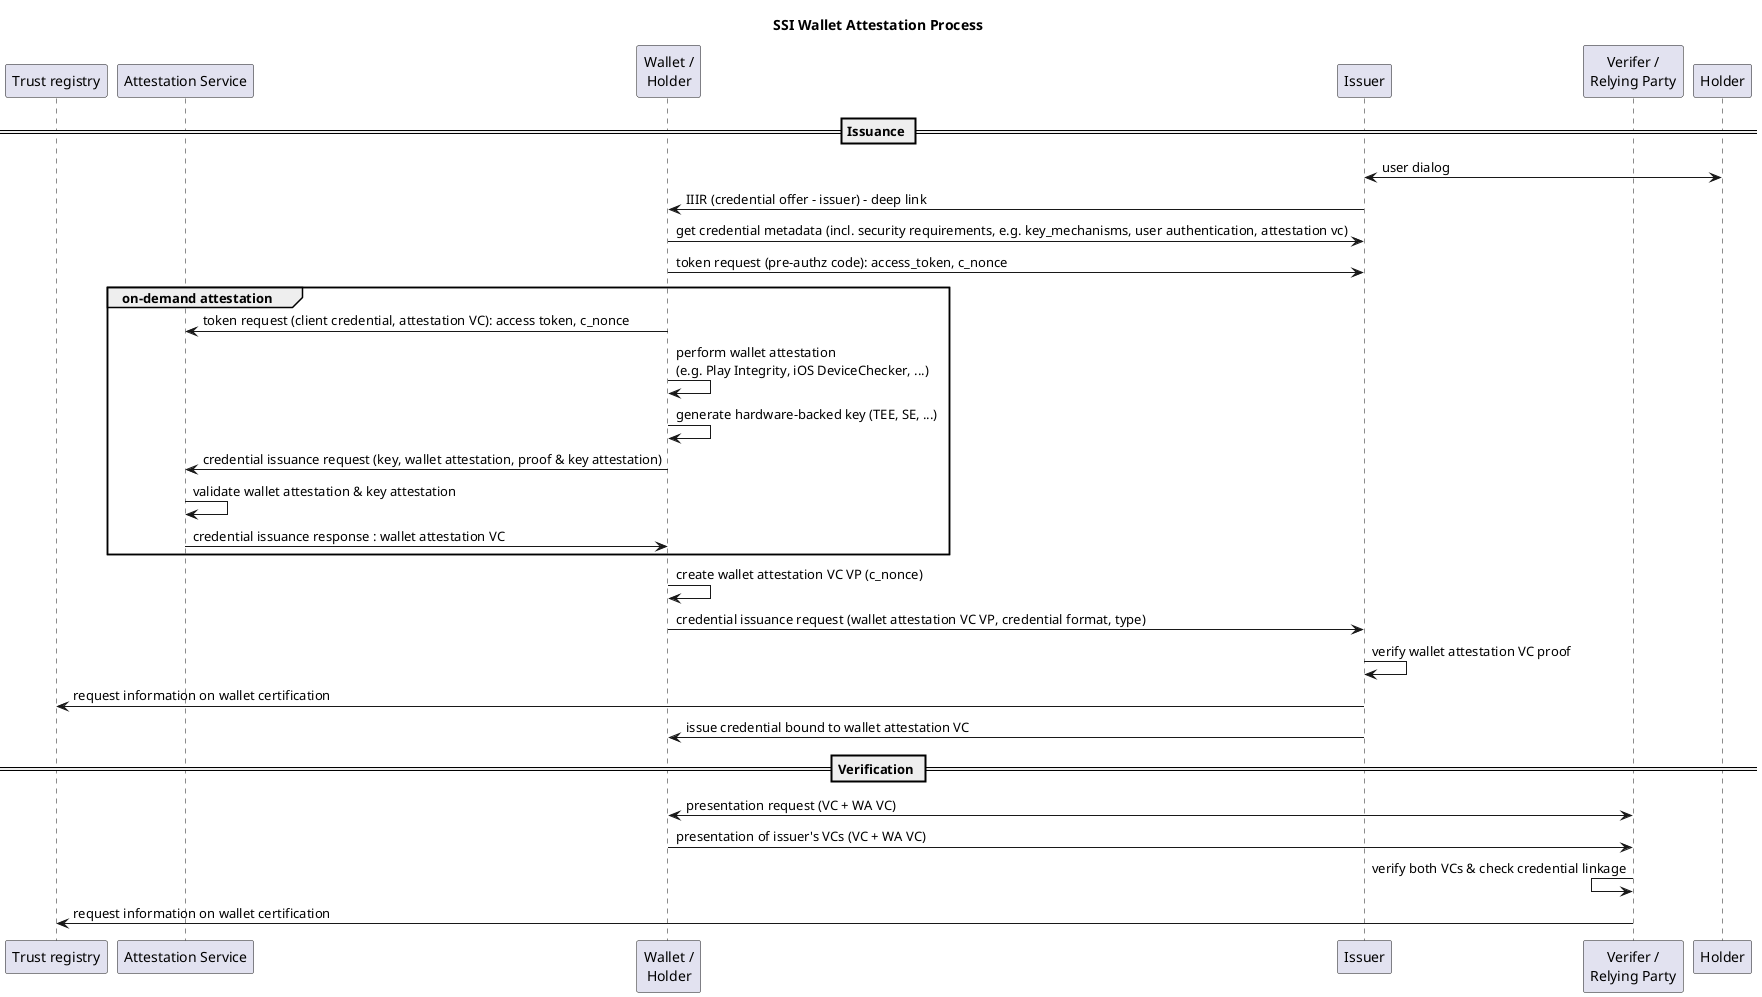
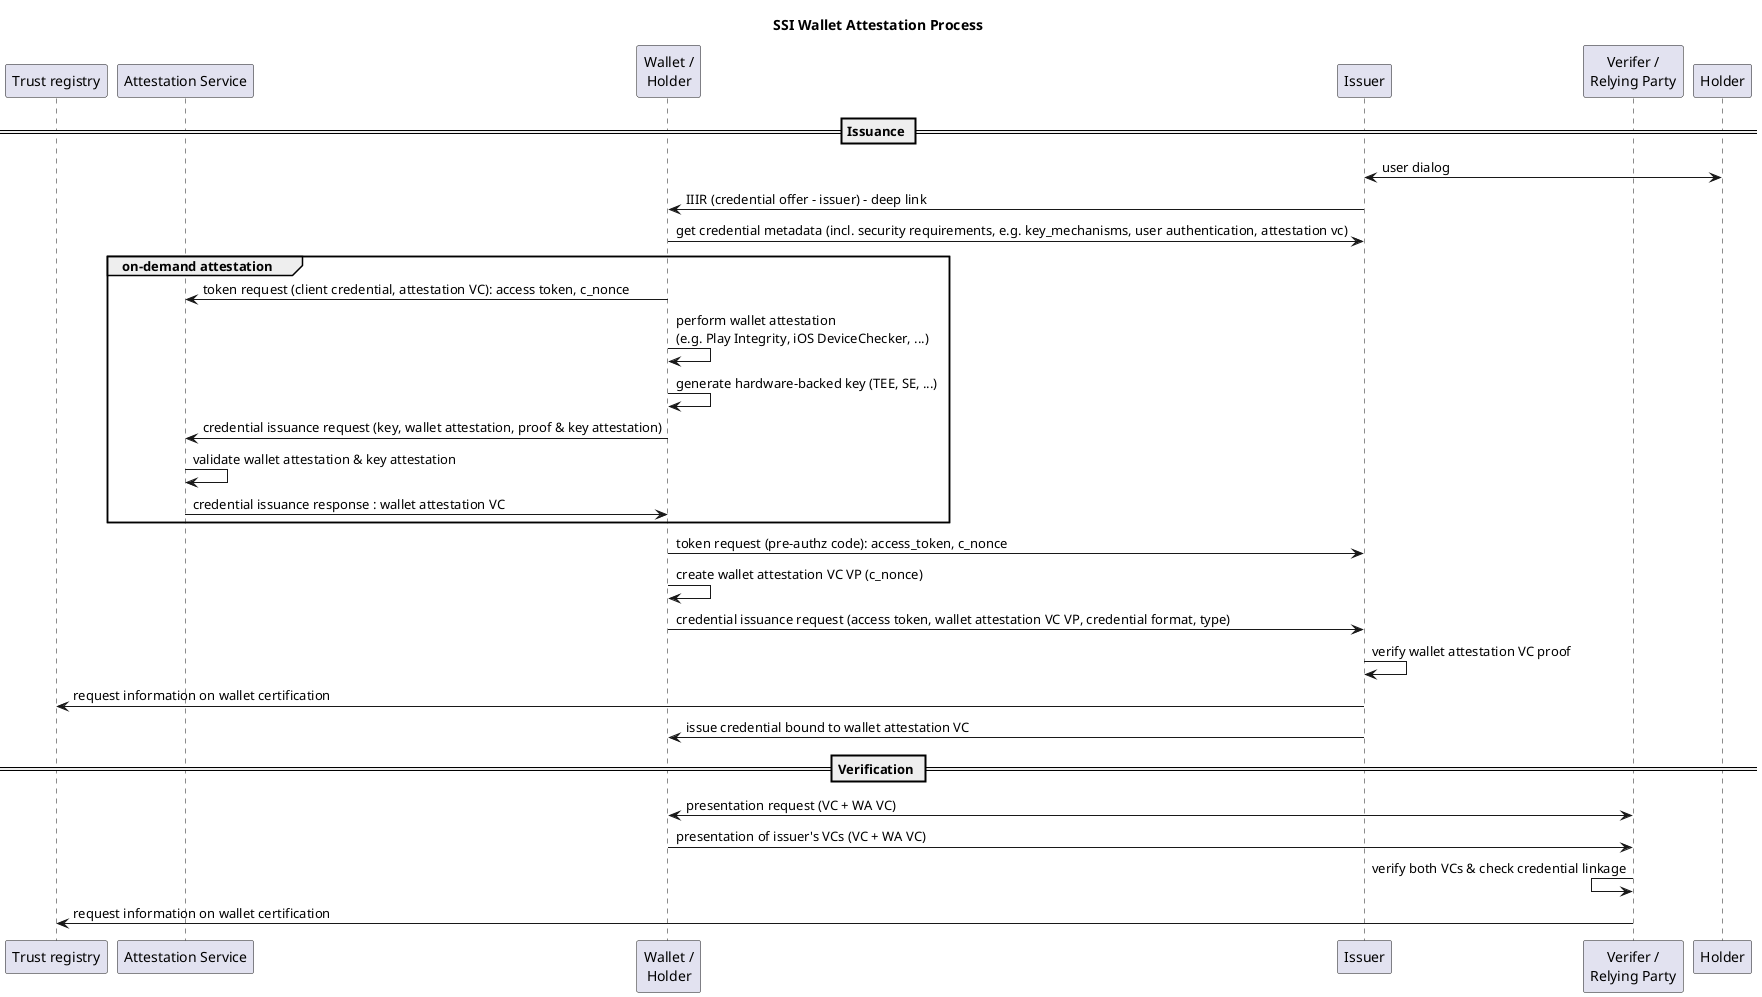

@startuml img/uml.png

skinparam monochrome false
skinparam shadowing false

title SSI Wallet Attestation Process

participant tr as "Trust registry"
participant ce as "Attestation Service"
participant wa as "Wallet /\nHolder"
participant is as "Issuer"
participant ve as "Verifer /\nRelying Party"
participant us as "Holder"

== Issuance ==
is <->  us: user dialog
is -> wa: IIIR (credential offer - issuer) - deep link
wa -> is: get credential metadata (incl. security requirements, e.g. key_mechanisms, user authentication, attestation vc)
- wa -> is: token request (pre-authz code): access_token, c_nonce
group on-demand attestation
    wa -> ce : token request (client credential, attestation VC): access token, c_nonce
    wa -> wa : perform wallet attestation\n(e.g. Play Integrity, iOS DeviceChecker, ...)
    wa -> wa : generate hardware-backed key (TEE, SE, ...)
    wa -> ce : credential issuance request (key, wallet attestation, proof & key attestation)
    ce -> ce : validate wallet attestation & key attestation
    ce -> wa : credential issuance response : wallet attestation VC
end
+ wa -> is: token request (pre-authz code): access_token, c_nonce
wa -> wa: create wallet attestation VC VP (c_nonce)
- wa -> is : credential issuance request (wallet attestation VC VP, credential format, type)
+ wa -> is : credential issuance request (access token, wallet attestation VC VP, credential format, type)
is -> is : verify wallet attestation VC proof
is -> tr : request information on wallet certification
is -> wa : issue credential bound to wallet attestation VC
== Verification ==
ve <-> wa : presentation request (VC + WA VC)
wa -> ve : presentation of issuer's VCs (VC + WA VC)
ve <- ve : verify both VCs & check credential linkage
ve -> tr : request information on wallet certification
@enduml